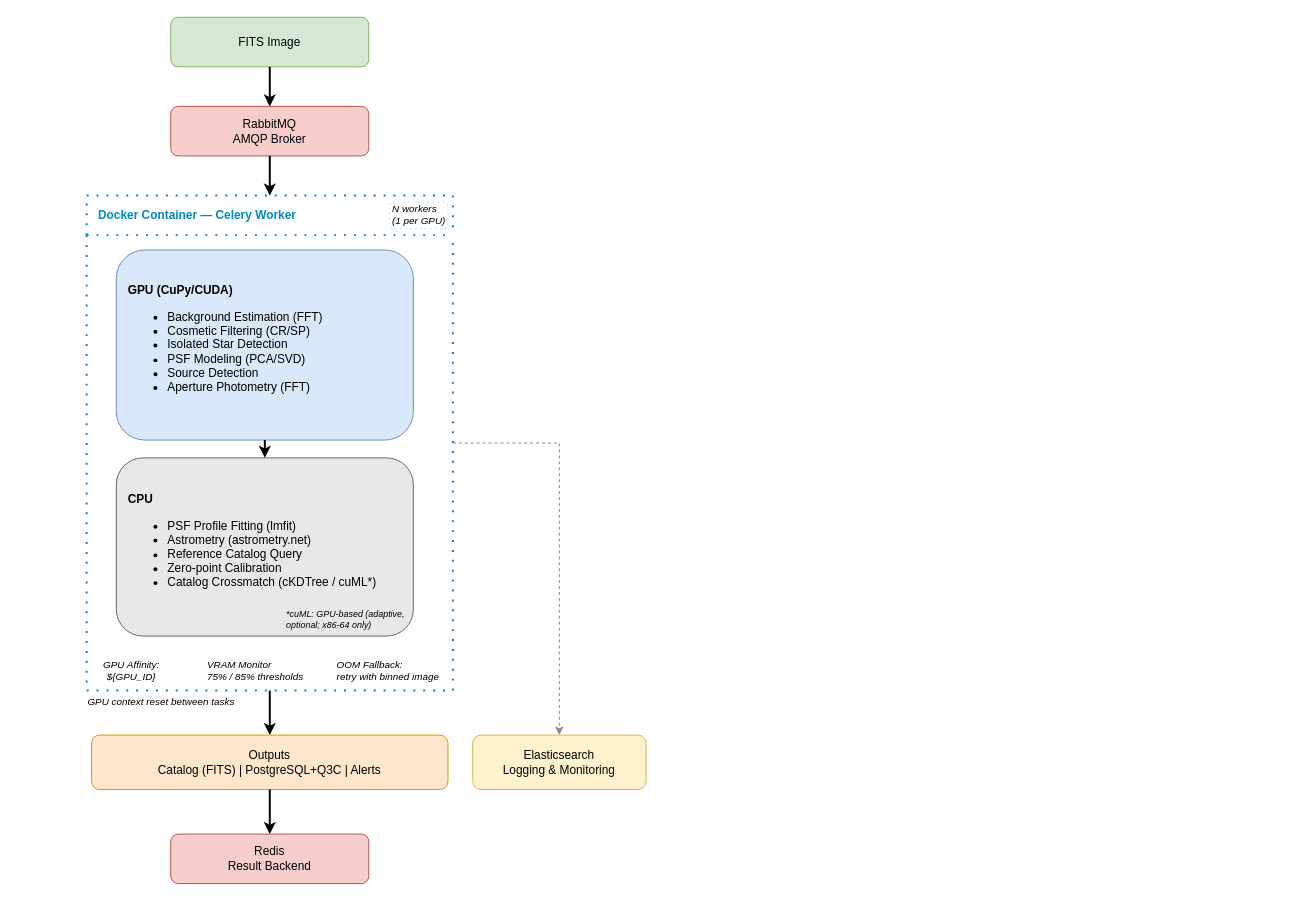
The draw.io diagram GPUPhot.drawio.xml in Light-Bridges/GPUPhot, before the edit. Source tidied: cells renumbered, new cells numbered last; positions are measured from the earlier drawing's top-left corner, leaving out a move shared by most shapes. Both pictures are drawn from the tidied source at 99%, with x=0, y=0 at pixel (17, 17).
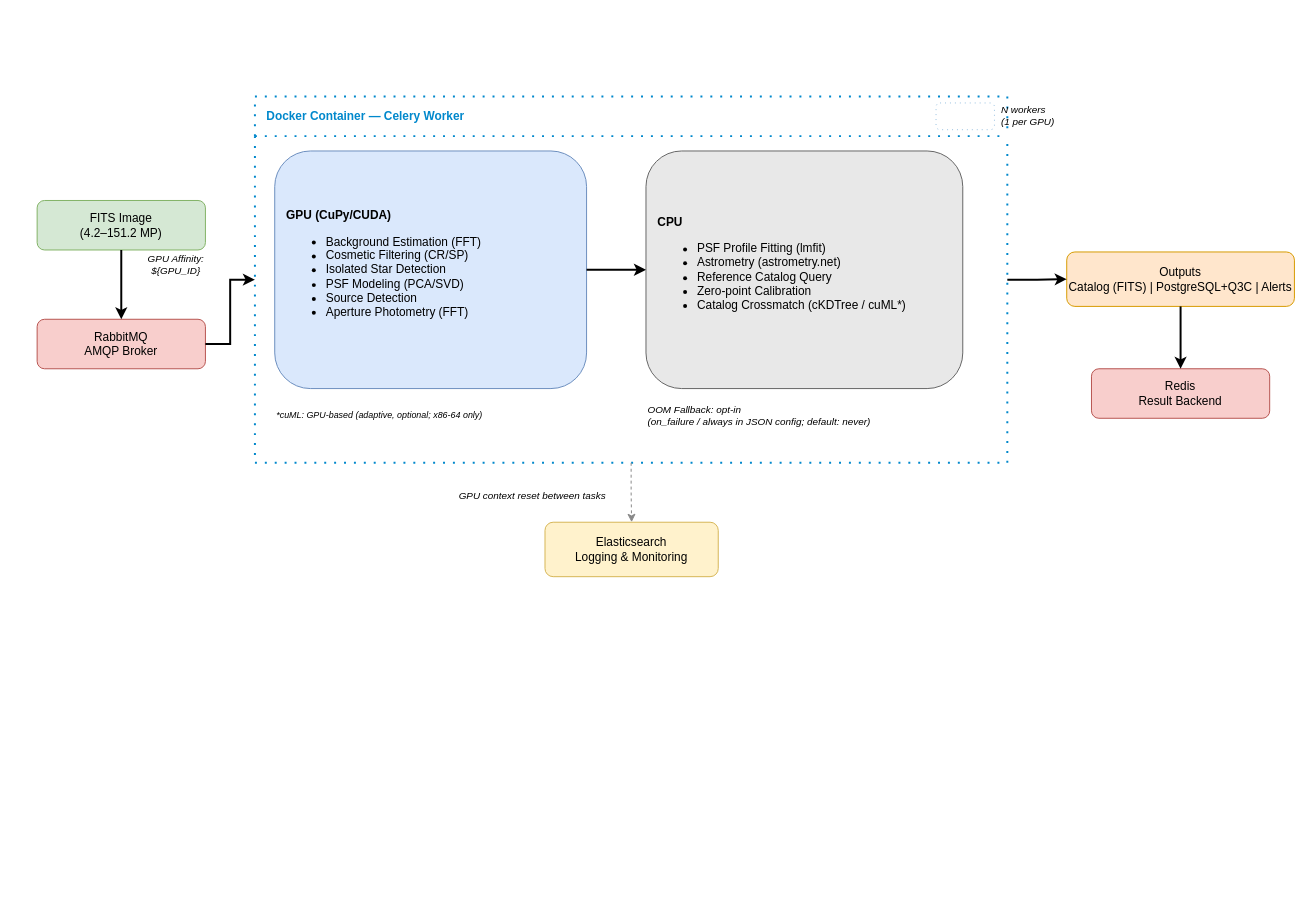
After the change.

What changed in the source:
```diff
@@
-    <mxCell id="2" value="FITS Image" style="rounded=1;whiteSpace=wrap;html=1;fillColor=#d5e8d4;strokeColor=#82b366;" parent="1" vertex="1">
-      <mxGeometry x="155" width="200" height="50" as="geometry" />
+    <mxCell id="2" value="FITS Image&#10;(4.2–151.2 MP)" style="rounded=1;whiteSpace=wrap;html=1;fillColor=#d5e8d4;strokeColor=#82b366;" parent="1" vertex="1">
+      <mxGeometry x="20" y="185" width="170" height="50" as="geometry" />
     </mxCell>
     <mxCell id="3" value="RabbitMQ&#10;AMQP Broker" style="rounded=1;whiteSpace=wrap;html=1;fillColor=#f8cecc;strokeColor=#b85450;" parent="1" vertex="1">
-      <mxGeometry x="155" y="90" width="200" height="50" as="geometry" />
+      <mxGeometry x="20" y="305" width="170" height="50" as="geometry" />
     </mxCell>
     <mxCell id="4" value="&lt;b&gt;Docker Container — Celery Worker&lt;/b&gt;" style="swimlane;whiteSpace=wrap;html=1;dashed=1;dashPattern=1 4;strokeColor=#0088cc;fillColor=none;fontColor=#0088cc;startSize=40;strokeWidth=2;align=left;spacingLeft=10;" parent="1" vertex="1">
-      <mxGeometry x="70" y="180" width="370" height="500" as="geometry" />
+      <mxGeometry x="240" y="80" width="760" height="370" as="geometry" />
     </mxCell>
     <mxCell id="5" style="rounded=1;whiteSpace=wrap;html=1;dashed=1;dashPattern=1 4;strokeColor=#5599cc;strokeWidth=1;fillColor=white;opacity=60;fontColor=light-dark(#D7D7D7,#D7D7D7);" parent="4" vertex="1">
-      <mxGeometry x="306" y="6.5" width="59" height="27" as="geometry" />
+      <mxGeometry x="688" y="6.5" width="59" height="27" as="geometry" />
     </mxCell>
     <mxCell id="6" value="&lt;b&gt;GPU (CuPy/CUDA)&lt;/b&gt;&#10;&lt;ul&gt;&lt;li&gt;Background Estimation (FFT)&lt;/li&gt;&lt;li&gt;Cosmetic Filtering (CR/SP)&lt;/li&gt;&lt;li&gt;Isolated Star Detection&lt;/li&gt;&lt;li&gt;PSF Modeling (PCA/SVD)&lt;/li&gt;&lt;li&gt;Source Detection&lt;/li&gt;&lt;li&gt;Aperture Photometry (FFT)&lt;/li&gt;&lt;/ul&gt;" style="rounded=1;whiteSpace=wrap;html=1;fillColor=#dae8fc;strokeColor=#6c8ebf;align=left;spacingLeft=10;" parent="4" vertex="1">
-      <mxGeometry x="30" y="55" width="300" height="192" as="geometry" />
+      <mxGeometry x="20" y="55" width="315" height="240" as="geometry" />
     </mxCell>
     <mxCell id="7" value="&lt;b&gt;CPU&lt;/b&gt;&#10;&lt;ul&gt;&lt;li&gt;PSF Profile Fitting (lmfit)&lt;/li&gt;&lt;li&gt;Astrometry (astrometry.net)&lt;/li&gt;&lt;li&gt;Reference Catalog Query&lt;/li&gt;&lt;li&gt;Zero-point Calibration&lt;/li&gt;&lt;li&gt;Catalog Crossmatch (cKDTree / cuML*)&lt;/li&gt;&lt;/ul&gt;" style="rounded=1;whiteSpace=wrap;html=1;fillColor=#e8e8e8;strokeColor=#666666;align=left;spacingLeft=10;" parent="4" vertex="1">
-      <mxGeometry x="30" y="265" width="300" height="180" as="geometry" />
+      <mxGeometry x="395" y="55" width="320" height="240" as="geometry" />
     </mxCell>
-    <mxCell id="8" style="edgeStyle=orthogonalEdgeStyle;rounded=0;jettySize=auto;html=1;exitX=0.5;exitY=1;exitDx=0;exitDy=0;entryX=0.5;entryY=0;entryDx=0;entryDy=0;strokeWidth=2;" parent="4" edge="1" source="6" target="7">
+    <mxCell id="8" style="edgeStyle=orthogonalEdgeStyle;rounded=0;jettySize=auto;html=1;exitX=1;exitY=0.5;exitDx=0;exitDy=0;entryX=0;entryY=0.5;entryDx=0;entryDy=0;strokeWidth=2;" parent="4" edge="1" source="6" target="7">
       <mxGeometry relative="1" as="geometry" />
     </mxCell>
     <mxCell id="9" value="GPU Affinity:&#10;${GPU_ID}" style="text;html=1;align=center;verticalAlign=middle;strokeColor=none;fillColor=none;fontColor=light-dark(#000000,#D7D7D7);fontStyle=2;fontSize=10;" parent="4" vertex="1">
-      <mxGeometry x="-40" y="463" width="170" height="34" as="geometry" />
+      <mxGeometry x="-150" y="153" width="140" height="34" as="geometry" />
     </mxCell>
-    <mxCell id="10" value="VRAM Monitor&#10;75% / 85% thresholds" style="text;html=1;align=left;verticalAlign=middle;strokeColor=none;fillColor=none;fontColor=light-dark(#000000,#D7D7D7);fontStyle=2;fontSize=10;" parent="4" vertex="1">
-      <mxGeometry x="120" y="460" width="158" height="40" as="geometry" />
-    </mxCell>
-    <mxCell id="11" value="OOM Fallback:&#10;retry with binned image" style="text;html=1;align=left;verticalAlign=middle;strokeColor=none;fillColor=none;fontColor=light-dark(#000000,#D7D7D7);fontStyle=2;fontSize=10;" parent="4" vertex="1">
-      <mxGeometry x="251" y="460" width="158" height="40" as="geometry" />
+    <mxCell id="11" value="OOM Fallback: opt-in&#10;(on_failure / always in JSON config; default: never)" style="text;html=1;align=left;verticalAlign=middle;strokeColor=none;fillColor=none;fontColor=light-dark(#000000,#D7D7D7);fontStyle=2;fontSize=10;" parent="4" vertex="1">
+      <mxGeometry x="395" y="302" width="340" height="40" as="geometry" />
     </mxCell>
-    <mxCell id="12" value="*cuML: GPU-based (adaptive,&#10;optional; x86-64 only)" style="text;html=1;align=left;verticalAlign=middle;strokeColor=none;fillColor=none;fontColor=light-dark(#000000,#D7D7D7);fontStyle=2;fontSize=9;" parent="4" vertex="1">
-      <mxGeometry x="200" y="411" width="162" height="34" as="geometry" />
+    <mxCell id="12" value="*cuML: GPU-based (adaptive, optional; x86-64 only)" style="text;html=1;align=left;verticalAlign=middle;strokeColor=none;fillColor=none;fontColor=light-dark(#000000,#D7D7D7);fontStyle=2;fontSize=9;" parent="4" vertex="1">
+      <mxGeometry x="20" y="308" width="290" height="28" as="geometry" />
     </mxCell>
     <mxCell id="13" value="N workers&#10;(1 per GPU)" style="text;html=1;align=left;verticalAlign=middle;strokeColor=none;fillColor=none;fontColor=light-dark(#000000,#D7D7D7);fontStyle=2;fontSize=10;" parent="4" vertex="1">
-      <mxGeometry x="307" y="3.5" width="112" height="30" as="geometry" />
+      <mxGeometry x="752" y="3.5" width="112" height="30" as="geometry" />
     </mxCell>
     <mxCell id="14" value="GPU context reset between tasks" style="text;html=1;align=center;verticalAlign=middle;strokeColor=none;fillColor=none;fontColor=light-dark(#000000,#D7D7D7);fontStyle=2;fontSize=10;" parent="1" vertex="1">
-      <mxGeometry y="680" width="290" height="22" as="geometry" />
+      <mxGeometry x="375" y="472" width="290" height="22" as="geometry" />
     </mxCell>
     <mxCell id="15" value="Outputs&#10;Catalog (FITS) | PostgreSQL+Q3C | Alerts" style="rounded=1;whiteSpace=wrap;html=1;fillColor=#ffe6cc;strokeColor=#d79b00;" parent="1" vertex="1">
-      <mxGeometry x="75" y="725" width="360" height="55" as="geometry" />
+      <mxGeometry x="1060" y="237" width="230" height="55" as="geometry" />
     </mxCell>
     <mxCell id="16" value="Redis&#10;Result Backend" style="rounded=1;whiteSpace=wrap;html=1;fillColor=#f8cecc;strokeColor=#b85450;" parent="1" vertex="1">
-      <mxGeometry x="155" y="825" width="200" height="50" as="geometry" />
+      <mxGeometry x="1085" y="355" width="180" height="50" as="geometry" />
     </mxCell>
     <mxCell id="17" value="Elasticsearch&#10;Logging &amp; Monitoring" style="rounded=1;whiteSpace=wrap;html=1;fillColor=#fff2cc;strokeColor=#d6b656;" parent="1" vertex="1">
-      <mxGeometry x="460" y="725" width="175" height="55" as="geometry" />
+      <mxGeometry x="533" y="510" width="175" height="55" as="geometry" />
     </mxCell>
@@
-    <mxCell id="19" style="edgeStyle=orthogonalEdgeStyle;rounded=0;jettySize=auto;html=1;exitX=0.5;exitY=1;exitDx=0;exitDy=0;entryX=0.5;entryY=0;entryDx=0;entryDy=0;strokeWidth=2;" parent="1" edge="1" source="3" target="4">
+    <mxCell id="19" style="edgeStyle=orthogonalEdgeStyle;rounded=0;jettySize=auto;html=1;exitX=1;exitY=0.5;exitDx=0;exitDy=0;entryX=0;entryY=0.5;entryDx=0;entryDy=0;strokeWidth=2;" parent="1" edge="1" source="3" target="4">
       <mxGeometry relative="1" as="geometry" />
     </mxCell>
-    <mxCell id="20" style="edgeStyle=orthogonalEdgeStyle;rounded=0;jettySize=auto;html=1;exitX=0.5;exitY=1;exitDx=0;exitDy=0;entryX=0.5;entryY=0;entryDx=0;entryDy=0;strokeWidth=2;" parent="1" edge="1" source="4" target="15">
+    <mxCell id="20" style="edgeStyle=orthogonalEdgeStyle;rounded=0;jettySize=auto;html=1;exitX=1;exitY=0.5;exitDx=0;exitDy=0;entryX=0;entryY=0.5;entryDx=0;entryDy=0;strokeWidth=2;" parent="1" edge="1" source="4" target="15">
       <mxGeometry relative="1" as="geometry" />
     </mxCell>
@@
-    <mxCell id="22" style="rounded=0;jettySize=auto;html=1;exitX=1;exitY=0.5;exitDx=0;exitDy=0;entryX=0.5;entryY=0;entryDx=0;entryDy=0;dashed=1;strokeColor=#888888;edgeStyle=orthogonalEdgeStyle;" parent="1" edge="1" source="4" target="17">
+    <mxCell id="22" style="rounded=0;jettySize=auto;html=1;exitX=0.5;exitY=1;exitDx=0;exitDy=0;entryX=0.5;entryY=0;entryDx=0;entryDy=0;dashed=1;strokeColor=#888888;edgeStyle=orthogonalEdgeStyle;" parent="1" edge="1" source="4" target="17">
       <mxGeometry relative="1" as="geometry" />
     </mxCell>
```
